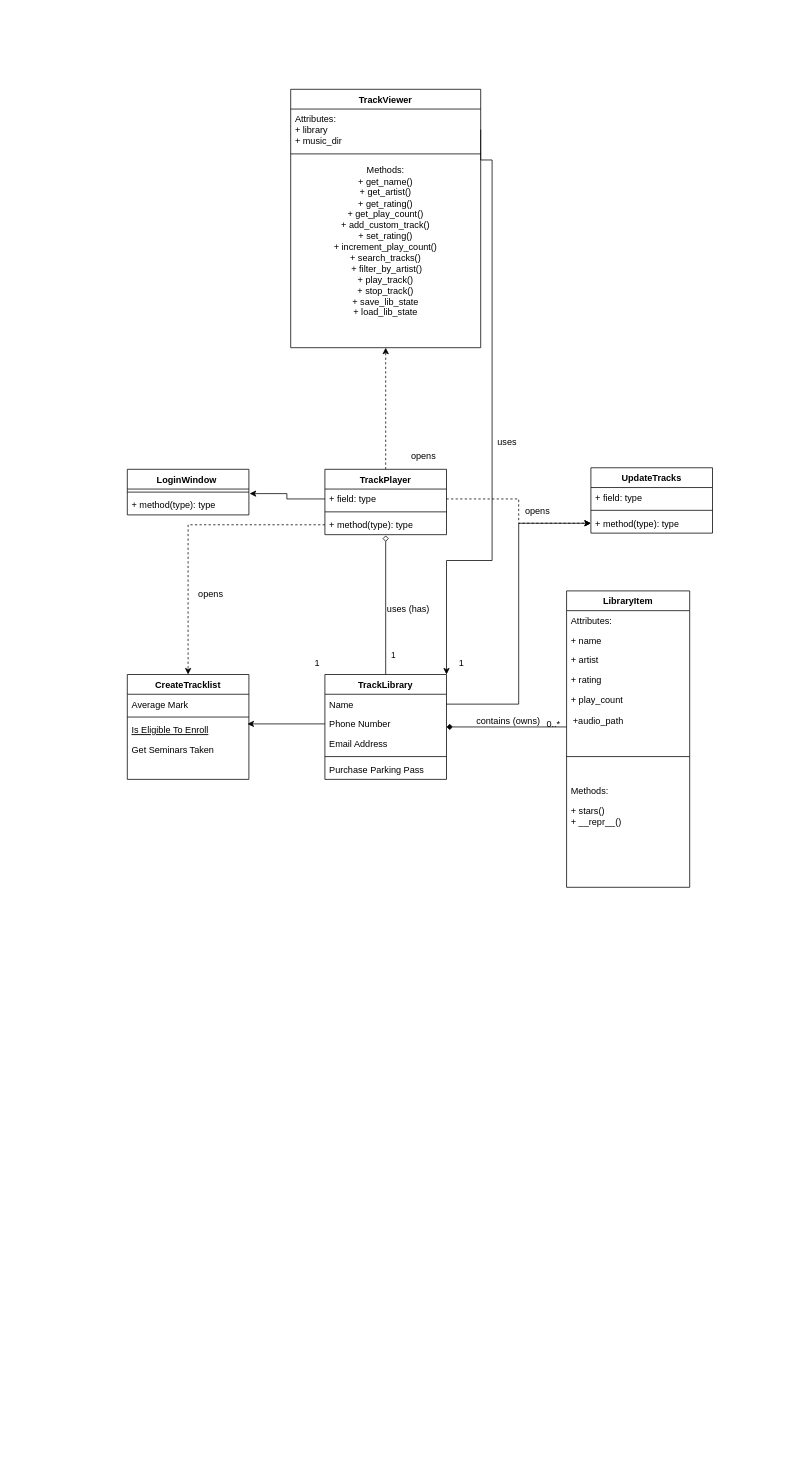
Above: JukeBox/Class-Diag.drawio in peterpool-dasherz/oop-new (draw.io), before the change. Source tidied: cells renumbered, new cells numbered last; positions are measured from the earlier drawing's top-left corner, leaving out a move shared by most shapes. Both pictures are drawn from the tidied source at 76%, with x=0, y=0 at pixel (127, 89).
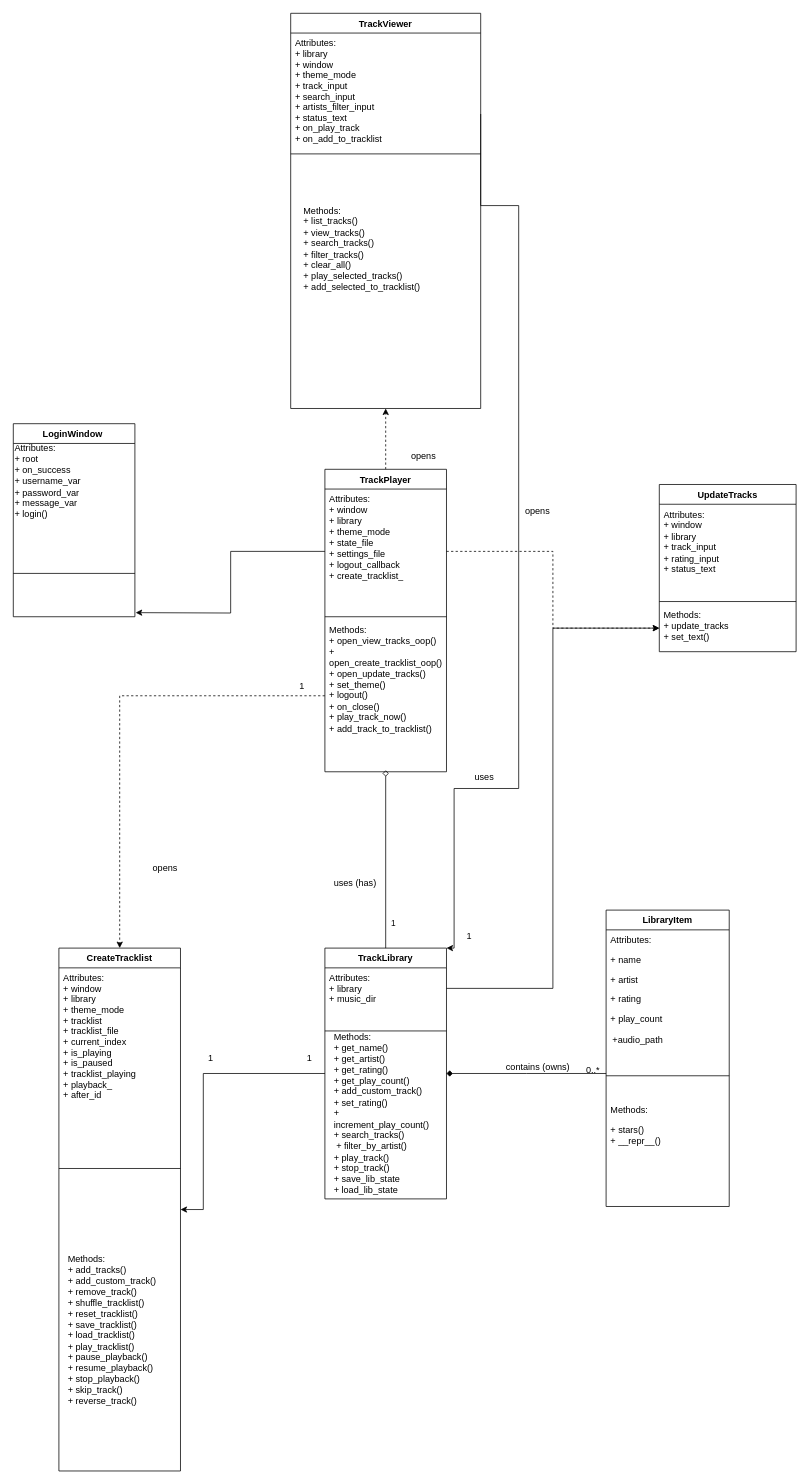
The same diagram, later.

The edit, as a diff of the source:
```diff
@@
+    <mxCell id="57" style="edgeStyle=orthogonalEdgeStyle;rounded=0;jettySize=auto;html=1;exitX=0;exitY=0.5;exitDx=0;exitDy=0;entryX=1;entryY=0.5;entryDx=0;entryDy=0;" parent="1" edge="1" source="2" target="8">
+      <mxGeometry relative="1" as="geometry">
+        <Array as="points">
+          <mxPoint x="100" y="1295" />
+        </Array>
+      </mxGeometry>
+    </mxCell>
     <mxCell id="2" value="TrackLibrary" style="swimlane;fontStyle=1;align=center;verticalAlign=top;horizontal=1;startSize=26;rounded=0;shadow=0;strokeWidth=1;" parent="1" vertex="1">
-      <mxGeometry x="260" y="770" width="160" height="138" as="geometry" />
+      <mxGeometry x="260" y="1130" width="160" height="330" as="geometry" />
     </mxCell>
-    <mxCell id="3" value="Name" style="text;align=left;verticalAlign=top;spacingLeft=4;spacingRight=4;overflow=hidden;points=[[0,0.5],[1,0.5]];portConstraint=eastwest;" parent="2" vertex="1">
-      <mxGeometry y="26" width="160" height="26" as="geometry" />
+    <mxCell id="3" value="Attributes:&#10;+ library&#10;+ music_dir" style="text;align=left;verticalAlign=top;spacingLeft=4;spacingRight=4;overflow=hidden;points=[[0,0.5],[1,0.5]];portConstraint=eastwest;" parent="2" vertex="1">
+      <mxGeometry y="26" width="160" height="54" as="geometry" />
     </mxCell>
-    <mxCell id="4" value="Phone Number" style="text;align=left;verticalAlign=top;spacingLeft=4;spacingRight=4;overflow=hidden;points=[[0,0.5],[1,0.5]];portConstraint=eastwest;rounded=0;shadow=0;html=0;" parent="2" vertex="1">
-      <mxGeometry y="52" width="160" height="26" as="geometry" />
-    </mxCell>
-    <mxCell id="5" value="Email Address" style="text;align=left;verticalAlign=top;spacingLeft=4;spacingRight=4;overflow=hidden;rounded=0;shadow=0;html=0;" parent="2" vertex="1">
-      <mxGeometry y="78" width="160" height="26" as="geometry" />
-    </mxCell>
     <mxCell id="6" style="line;html=1;strokeWidth=1;align=left;verticalAlign=middle;spacingTop=-1;spacingLeft=3;spacingRight=3;labelPosition=right;" parent="2" vertex="1">
-      <mxGeometry y="104" width="160" height="8" as="geometry" />
+      <mxGeometry y="80" width="160" height="58" as="geometry" />
     </mxCell>
-    <mxCell id="7" value="Purchase Parking Pass" style="text;align=left;verticalAlign=top;spacingLeft=4;spacingRight=4;overflow=hidden;" parent="2" vertex="1">
-      <mxGeometry y="112" width="160" height="26" as="geometry" />
-    </mxCell>
     <mxCell id="8" value="CreateTracklist" style="swimlane;fontStyle=1;align=center;verticalAlign=top;horizontal=1;startSize=26;rounded=0;shadow=0;strokeWidth=1;" parent="1" vertex="1">
-      <mxGeometry y="770" width="160" height="138" as="geometry" />
+      <mxGeometry x="-90" y="1130" width="160" height="688" as="geometry" />
     </mxCell>
-    <mxCell id="9" value="Average Mark" style="text;align=left;verticalAlign=top;spacingLeft=4;spacingRight=4;overflow=hidden;rounded=0;shadow=0;html=0;" parent="8" vertex="1">
-      <mxGeometry y="26" width="160" height="26" as="geometry" />
+    <mxCell id="9" value="Attributes:&#10;+ window &#10;+ library&#10;+ theme_mode&#10;+ tracklist&#10;+ tracklist_file&#10;+ current_index&#10;+ is_playing&#10;+ is_paused&#10;+ tracklist_playing&#10;+ playback_&#10;+ after_id&#10;" style="text;align=left;verticalAlign=top;spacingLeft=4;spacingRight=4;overflow=hidden;rounded=0;shadow=0;html=0;" parent="8" vertex="1">
+      <mxGeometry y="26" width="160" height="224" as="geometry" />
     </mxCell>
     <mxCell id="10" style="line;html=1;strokeWidth=1;align=left;verticalAlign=middle;spacingTop=-1;spacingLeft=3;spacingRight=3;labelPosition=right;" parent="8" vertex="1">
-      <mxGeometry y="52" width="160" height="8" as="geometry" />
+      <mxGeometry y="250" width="160" height="80" as="geometry" />
     </mxCell>
-    <mxCell id="11" value="Is Eligible To Enroll" style="text;align=left;verticalAlign=top;spacingLeft=4;spacingRight=4;overflow=hidden;points=[[0,0.5],[1,0.5]];portConstraint=eastwest;fontStyle=4;" parent="8" vertex="1">
-      <mxGeometry y="60" width="160" height="26" as="geometry" />
-    </mxCell>
-    <mxCell id="12" value="Get Seminars Taken" style="text;align=left;verticalAlign=top;spacingLeft=4;spacingRight=4;overflow=hidden;" parent="8" vertex="1">
-      <mxGeometry y="86" width="160" height="26" as="geometry" />
-    </mxCell>
     <mxCell id="13" value="TrackViewer" style="swimlane;fontStyle=1;align=center;verticalAlign=top;horizontal=1;startSize=26;rounded=0;shadow=0;strokeWidth=1;" parent="1" vertex="1">
-      <mxGeometry x="215" width="250" height="340" as="geometry" />
+      <mxGeometry x="215" y="-100" width="250" height="520" as="geometry" />
     </mxCell>
-    <mxCell id="14" value="Attributes:&#10;+ library&#10;+ music_dir" style="text;align=left;verticalAlign=top;spacingLeft=4;spacingRight=4;overflow=hidden;points=[[0,0.5],[1,0.5]];portConstraint=eastwest;" parent="13" vertex="1">
-      <mxGeometry y="26" width="250" height="54" as="geometry" />
+    <mxCell id="14" value="Attributes:&#10;+ library&#10;+ window&#10;+ theme_mode&#10;+ track_input&#10;+ search_input&#10;+ artists_filter_input&#10;+ status_text&#10;+ on_play_track&#10;+ on_add_to_tracklist" style="text;align=left;verticalAlign=top;spacingLeft=4;spacingRight=4;overflow=hidden;points=[[0,0.5],[1,0.5]];portConstraint=eastwest;" parent="13" vertex="1">
+      <mxGeometry y="26" width="250" height="154" as="geometry" />
     </mxCell>
     <mxCell id="15" style="line;html=1;strokeWidth=1;align=left;verticalAlign=middle;spacingTop=-1;spacingLeft=3;spacingRight=3;labelPosition=right;" parent="13" vertex="1">
-      <mxGeometry y="80" width="250" height="10" as="geometry" />
+      <mxGeometry y="180" width="250" height="10" as="geometry" />
     </mxCell>
-    <mxCell id="16" value="Methods:&lt;div&gt;+ get_name()&lt;/div&gt;&lt;div&gt;+ get_artist()&lt;/div&gt;&lt;div&gt;+ get_rating()&lt;/div&gt;&lt;div&gt;+ get_play_count()&lt;/div&gt;&lt;div&gt;+ add_custom_track()&lt;/div&gt;&lt;div&gt;+ set_rating()&lt;/div&gt;&lt;div&gt;+ increment_play_count()&lt;/div&gt;&lt;div&gt;+ search_tracks()&lt;/div&gt;&lt;div&gt;&amp;nbsp;+ filter_by_artist()&lt;/div&gt;&lt;div&gt;+ play_track()&lt;/div&gt;&lt;div&gt;+ stop_track()&lt;/div&gt;&lt;div&gt;+ save_lib_state&lt;/div&gt;&lt;div&gt;+ load_lib_state&lt;/div&gt;&lt;div&gt;&lt;br&gt;&lt;/div&gt;&lt;div&gt;&lt;br&gt;&lt;/div&gt;" style="text;html=1;whiteSpace=wrap;strokeColor=none;fillColor=none;align=center;verticalAlign=middle;rounded=0;" parent="13" vertex="1">
-      <mxGeometry y="90" width="250" height="250" as="geometry" />
-    </mxCell>
     <mxCell id="17" value="LibraryItem" style="swimlane;fontStyle=1;align=center;verticalAlign=top;horizontal=1;startSize=26;rounded=0;shadow=0;strokeWidth=1;" parent="1" vertex="1">
-      <mxGeometry x="578" y="660" width="162" height="390" as="geometry" />
+      <mxGeometry x="630" y="1080" width="162" height="390" as="geometry" />
     </mxCell>
@@
     <mxCell id="31" style="edgeStyle=orthogonalEdgeStyle;rounded=0;jettySize=auto;html=1;exitX=0.5;exitY=0;exitDx=0;exitDy=0;entryX=0.5;entryY=1;entryDx=0;entryDy=0;dashed=1;" parent="1" edge="1" source="32" target="13">
-      <mxGeometry relative="1" as="geometry">
-        <Array as="points">
-          <mxPoint x="340" y="360" />
-          <mxPoint x="340" y="360" />
-        </Array>
-      </mxGeometry>
+      <mxGeometry relative="1" as="geometry" />
     </mxCell>
     <mxCell id="32" value="TrackPlayer" style="swimlane;fontStyle=1;align=center;verticalAlign=top;horizontal=1;startSize=26;whiteSpace=wrap;html=1;" parent="1" vertex="1">
-      <mxGeometry x="260" y="500" width="160" height="86" as="geometry" />
+      <mxGeometry x="260" y="500" width="160" height="398" as="geometry" />
     </mxCell>
-    <mxCell id="33" value="+ field: type" style="text;strokeColor=none;fillColor=none;align=left;verticalAlign=top;spacingLeft=4;spacingRight=4;overflow=hidden;points=[[0,0.5],[1,0.5]];portConstraint=eastwest;whiteSpace=wrap;html=1;" parent="32" vertex="1">
-      <mxGeometry y="26" width="160" height="26" as="geometry" />
+    <mxCell id="33" value="Attributes:&lt;div&gt;+ window&lt;/div&gt;&lt;div&gt;+ library&lt;/div&gt;&lt;div&gt;+ theme_mode&lt;/div&gt;&lt;div&gt;+ state_file&lt;/div&gt;&lt;div&gt;+ settings_file&lt;/div&gt;&lt;div&gt;+ logout_callback&lt;/div&gt;&lt;div&gt;+ create_tracklist_&lt;br&gt;&lt;div&gt;&lt;br&gt;&lt;/div&gt;&lt;/div&gt;" style="text;strokeColor=none;fillColor=none;align=left;verticalAlign=top;spacingLeft=4;spacingRight=4;overflow=hidden;points=[[0,0.5],[1,0.5]];portConstraint=eastwest;whiteSpace=wrap;html=1;" parent="32" vertex="1">
+      <mxGeometry y="26" width="160" height="164" as="geometry" />
     </mxCell>
     <mxCell id="34" style="line;strokeWidth=1;fillColor=none;align=left;verticalAlign=middle;spacingTop=-1;spacingLeft=3;spacingRight=3;labelPosition=right;strokeColor=inherit;" parent="32" vertex="1">
-      <mxGeometry y="52" width="160" height="8" as="geometry" />
+      <mxGeometry y="190" width="160" height="8" as="geometry" />
     </mxCell>
-    <mxCell id="35" value="+ method(type): type" style="text;strokeColor=none;fillColor=none;align=left;verticalAlign=top;spacingLeft=4;spacingRight=4;overflow=hidden;points=[[0,0.5],[1,0.5]];portConstraint=eastwest;whiteSpace=wrap;html=1;" parent="32" vertex="1">
-      <mxGeometry y="60" width="160" height="26" as="geometry" />
+    <mxCell id="35" value="Methods:&lt;div&gt;+ open_view_tracks_oop()&lt;/div&gt;&lt;div&gt;+ open_create_tracklist_oop()&lt;/div&gt;&lt;div&gt;+ open_update_tracks()&lt;/div&gt;&lt;div&gt;+ set_theme()&lt;/div&gt;&lt;div&gt;+ logout()&lt;/div&gt;&lt;div&gt;+ on_close()&lt;/div&gt;&lt;div&gt;+ play_track_now()&lt;/div&gt;&lt;div&gt;+ add_track_to_tracklist()&lt;/div&gt;" style="text;strokeColor=none;fillColor=none;align=left;verticalAlign=top;spacingLeft=4;spacingRight=4;overflow=hidden;points=[[0,0.5],[1,0.5]];portConstraint=eastwest;whiteSpace=wrap;html=1;" parent="32" vertex="1">
+      <mxGeometry y="198" width="160" height="200" as="geometry" />
     </mxCell>
-    <mxCell id="36" value="1" style="endArrow=none;html=1;rounded=0;exitX=0.5;exitY=1.038;exitDx=0;exitDy=0;exitPerimeter=0;entryX=0.5;entryY=0;entryDx=0;entryDy=0;startArrow=diamond;startFill=0;endFill=0;" parent="1" edge="1" source="35" target="2">
+    <mxCell id="36" value="1" style="endArrow=none;html=1;rounded=0;entryX=0.5;entryY=0;entryDx=0;entryDy=0;startArrow=diamond;startFill=0;endFill=0;exitX=0.5;exitY=0.99;exitDx=0;exitDy=0;exitPerimeter=0;" parent="1" edge="1" source="35" target="2">
       <mxGeometry x="0.73" y="10" relative="1" as="geometry" />
     </mxCell>
     <mxCell id="37" value="uses (has)" style="text;html=1;whiteSpace=wrap;strokeColor=none;fillColor=none;align=center;verticalAlign=middle;rounded=0;" parent="1" vertex="1">
-      <mxGeometry x="340" y="669" width="60" height="30" as="geometry" />
+      <mxGeometry x="270" y="1030" width="60" height="30" as="geometry" />
     </mxCell>
     <mxCell id="38" value="UpdateTracks" style="swimlane;fontStyle=1;align=center;verticalAlign=top;horizontal=1;startSize=26;whiteSpace=wrap;html=1;" parent="1" vertex="1">
-      <mxGeometry x="610" y="498" width="160" height="86" as="geometry" />
+      <mxGeometry x="700" y="520" width="180" height="220" as="geometry" />
     </mxCell>
-    <mxCell id="39" value="+ field: type" style="text;strokeColor=none;fillColor=none;align=left;verticalAlign=top;spacingLeft=4;spacingRight=4;overflow=hidden;whiteSpace=wrap;html=1;" parent="38" vertex="1">
-      <mxGeometry y="26" width="160" height="26" as="geometry" />
+    <mxCell id="39" value="Attributes:&lt;div&gt;+ window&lt;/div&gt;&lt;div&gt;+ library&lt;/div&gt;&lt;div&gt;+ track_input&lt;/div&gt;&lt;div&gt;+ rating_input&lt;/div&gt;&lt;div&gt;+ status_text&lt;/div&gt;" style="text;strokeColor=none;fillColor=none;align=left;verticalAlign=top;spacingLeft=4;spacingRight=4;overflow=hidden;whiteSpace=wrap;html=1;" parent="38" vertex="1">
+      <mxGeometry y="26" width="180" height="124" as="geometry" />
     </mxCell>
     <mxCell id="40" style="line;strokeWidth=1;fillColor=none;align=left;verticalAlign=middle;spacingTop=-1;spacingLeft=3;spacingRight=3;labelPosition=right;strokeColor=inherit;" parent="38" vertex="1">
-      <mxGeometry y="52" width="160" height="8" as="geometry" />
+      <mxGeometry y="150" width="180" height="8" as="geometry" />
     </mxCell>
-    <mxCell id="41" value="+ method(type): type" style="text;strokeColor=none;fillColor=none;align=left;verticalAlign=top;spacingLeft=4;spacingRight=4;overflow=hidden;points=[[0,0.5],[1,0.5]];portConstraint=eastwest;whiteSpace=wrap;html=1;" parent="38" vertex="1">
-      <mxGeometry y="60" width="160" height="26" as="geometry" />
+    <mxCell id="41" value="Methods:&lt;div&gt;+ update_tracks&lt;/div&gt;&lt;div&gt;+ set_text()&lt;/div&gt;" style="text;strokeColor=none;fillColor=none;align=left;verticalAlign=top;spacingLeft=4;spacingRight=4;overflow=hidden;points=[[0,0.5],[1,0.5]];portConstraint=eastwest;whiteSpace=wrap;html=1;" parent="38" vertex="1">
+      <mxGeometry y="158" width="180" height="62" as="geometry" />
     </mxCell>
@@
     <mxCell id="43" value="LoginWindow&amp;nbsp;" style="swimlane;fontStyle=1;align=center;verticalAlign=top;horizontal=1;startSize=26;whiteSpace=wrap;html=1;" parent="1" vertex="1">
-      <mxGeometry y="500" width="160" height="60" as="geometry" />
+      <mxGeometry x="-150" y="440" width="160" height="254" as="geometry" />
     </mxCell>
+    <mxCell id="58" value="Attributes:&lt;div&gt;+ root&lt;/div&gt;&lt;div&gt;+ on_success&lt;/div&gt;&lt;div&gt;+ username_var&lt;/div&gt;&lt;div&gt;+ password_var&lt;/div&gt;&lt;div&gt;+ message_var&lt;/div&gt;&lt;div&gt;+ login()&lt;/div&gt;&lt;div&gt;&lt;br&gt;&lt;/div&gt;" style="text;html=1;whiteSpace=wrap;strokeColor=none;fillColor=none;align=left;verticalAlign=middle;rounded=0;" parent="43" vertex="1">
+      <mxGeometry y="26" width="160" height="114" as="geometry" />
+    </mxCell>
     <mxCell id="44" style="line;strokeWidth=1;fillColor=none;align=left;verticalAlign=middle;spacingTop=-1;spacingLeft=3;spacingRight=3;labelPosition=right;strokeColor=inherit;" parent="43" vertex="1">
-      <mxGeometry y="26" width="160" height="8" as="geometry" />
+      <mxGeometry y="140" width="160" height="114" as="geometry" />
     </mxCell>
-    <mxCell id="45" value="+ method(type): type" style="text;strokeColor=none;fillColor=none;align=left;verticalAlign=top;spacingLeft=4;spacingRight=4;overflow=hidden;points=[[0,0.5],[1,0.5]];portConstraint=eastwest;whiteSpace=wrap;html=1;" parent="43" vertex="1">
-      <mxGeometry y="34" width="160" height="26" as="geometry" />
-    </mxCell>
-    <mxCell id="46" style="edgeStyle=orthogonalEdgeStyle;rounded=0;jettySize=auto;html=1;exitX=0;exitY=0.5;exitDx=0;exitDy=0;entryX=1.006;entryY=-0.077;entryDx=0;entryDy=0;entryPerimeter=0;" parent="1" edge="1" source="33" target="45">
-      <mxGeometry relative="1" as="geometry" />
+    <mxCell id="46" style="edgeStyle=orthogonalEdgeStyle;rounded=0;jettySize=auto;html=1;exitX=0;exitY=0.5;exitDx=0;exitDy=0;entryX=1.006;entryY=-0.077;entryDx=0;entryDy=0;entryPerimeter=0;" parent="1" edge="1" source="33">
+      <mxGeometry relative="1" as="geometry">
+        <mxPoint x="11" y="688.6" as="targetPoint" />
+      </mxGeometry>
     </mxCell>
@@
-    <mxCell id="48" style="edgeStyle=orthogonalEdgeStyle;rounded=0;jettySize=auto;html=1;exitX=0;exitY=0.5;exitDx=0;exitDy=0;entryX=0.988;entryY=0.192;entryDx=0;entryDy=0;entryPerimeter=0;endArrow=classic;endFill=1;" parent="1" edge="1" source="4" target="11">
-      <mxGeometry relative="1" as="geometry" />
-    </mxCell>
     <mxCell id="49" value="1" style="text;html=1;whiteSpace=wrap;strokeColor=none;fillColor=none;align=center;verticalAlign=middle;rounded=0;" parent="1" vertex="1">
-      <mxGeometry x="220" y="740" width="60" height="30" as="geometry" />
+      <mxGeometry x="200" y="770" width="60" height="30" as="geometry" />
     </mxCell>
@@
     <mxCell id="51" value="1" style="text;html=1;whiteSpace=wrap;strokeColor=none;fillColor=none;align=center;verticalAlign=middle;rounded=0;" parent="1" vertex="1">
-      <mxGeometry x="410" y="740" width="60" height="30" as="geometry" />
+      <mxGeometry x="420" y="1100" width="60" height="30" as="geometry" />
     </mxCell>
@@
     <mxCell id="53" value="opens" style="text;html=1;whiteSpace=wrap;strokeColor=none;fillColor=none;align=center;verticalAlign=middle;rounded=0;" parent="1" vertex="1">
-      <mxGeometry x="80" y="650" width="60" height="30" as="geometry" />
+      <mxGeometry x="20" y="1010" width="60" height="30" as="geometry" />
     </mxCell>
@@
-    <mxCell id="55" style="edgeStyle=orthogonalEdgeStyle;rounded=0;jettySize=auto;html=1;exitX=1;exitY=0.5;exitDx=0;exitDy=0;entryX=1;entryY=0;entryDx=0;entryDy=0;" parent="1" edge="1" source="14" target="2">
-      <mxGeometry relative="1" as="geometry">
-        <Array as="points">
-          <mxPoint x="480" y="93" />
-          <mxPoint x="480" y="620" />
-          <mxPoint x="420" y="620" />
-        </Array>
-      </mxGeometry>
-    </mxCell>
     <mxCell id="56" value="uses" style="text;html=1;whiteSpace=wrap;strokeColor=none;fillColor=none;align=center;verticalAlign=middle;rounded=0;" parent="1" vertex="1">
-      <mxGeometry x="470" y="450" width="60" height="30" as="geometry" />
+      <mxGeometry x="440" y="890" width="60" height="30" as="geometry" />
     </mxCell>
+    <mxCell id="59" style="edgeStyle=orthogonalEdgeStyle;rounded=0;jettySize=auto;html=1;exitX=1;exitY=0.25;exitDx=0;exitDy=0;entryX=1;entryY=0;entryDx=0;entryDy=0;" parent="1" edge="1" target="2">
+      <mxGeometry relative="1" as="geometry">
+        <mxPoint x="465" y="32.5" as="sourcePoint" />
+        <Array as="points">
+          <mxPoint x="515" y="153" />
+          <mxPoint x="515" y="920" />
+          <mxPoint x="430" y="920" />
+          <mxPoint x="430" y="1130" />
+        </Array>
+      </mxGeometry>
+    </mxCell>
+    <mxCell id="16" value="Methods:&lt;div&gt;+ get_name()&lt;/div&gt;&lt;div&gt;+ get_artist()&lt;/div&gt;&lt;div&gt;+ get_rating()&lt;/div&gt;&lt;div&gt;+ get_play_count()&lt;/div&gt;&lt;div&gt;+ add_custom_track()&lt;/div&gt;&lt;div&gt;+ set_rating()&lt;/div&gt;&lt;div&gt;+ increment_play_count()&lt;/div&gt;&lt;div&gt;+ search_tracks()&lt;/div&gt;&lt;div&gt;&amp;nbsp;+ filter_by_artist()&lt;/div&gt;&lt;div&gt;+ play_track()&lt;/div&gt;&lt;div&gt;+ stop_track()&lt;/div&gt;&lt;div&gt;+ save_lib_state&lt;/div&gt;&lt;div&gt;+ load_lib_state&lt;/div&gt;&lt;div&gt;&lt;br&gt;&lt;/div&gt;" style="text;html=1;whiteSpace=wrap;strokeColor=none;fillColor=none;align=left;verticalAlign=middle;rounded=0;" parent="1" vertex="1">
+      <mxGeometry x="270" y="1240" width="130" height="230" as="geometry" />
+    </mxCell>
+    <mxCell id="60" value="Methods:&lt;div&gt;+ list_tracks()&lt;/div&gt;&lt;div&gt;+ view_tracks()&lt;/div&gt;&lt;div&gt;+ search_tracks()&lt;/div&gt;&lt;div&gt;+ filter_tracks()&lt;/div&gt;&lt;div&gt;+ clear_all()&lt;/div&gt;&lt;div&gt;+ play_selected_tracks()&lt;/div&gt;&lt;div&gt;+ add_selected_to_tracklist()&lt;/div&gt;" style="text;html=1;whiteSpace=wrap;strokeColor=none;fillColor=none;align=left;verticalAlign=middle;rounded=0;" parent="1" vertex="1">
+      <mxGeometry x="230" y="100" width="220" height="220" as="geometry" />
+    </mxCell>
+    <mxCell id="61" value="1" style="text;html=1;whiteSpace=wrap;strokeColor=none;fillColor=none;align=center;verticalAlign=middle;rounded=0;" parent="1" vertex="1">
+      <mxGeometry x="80" y="1260" width="60" height="30" as="geometry" />
+    </mxCell>
+    <mxCell id="62" value="1" style="text;html=1;whiteSpace=wrap;strokeColor=none;fillColor=none;align=center;verticalAlign=middle;rounded=0;" parent="1" vertex="1">
+      <mxGeometry x="210" y="1260" width="60" height="30" as="geometry" />
+    </mxCell>
+    <mxCell id="63" value="Methods:&lt;div&gt;+ add_tracks()&lt;/div&gt;&lt;div&gt;+ add_custom_track()&lt;/div&gt;&lt;div&gt;+ remove_track()&lt;/div&gt;&lt;div&gt;+ shuffle_tracklist()&lt;/div&gt;&lt;div&gt;+ reset_tracklist()&lt;/div&gt;&lt;div&gt;+ save_tracklist()&lt;/div&gt;&lt;div&gt;+ load_tracklist()&lt;/div&gt;&lt;div&gt;+ play_tracklist()&lt;/div&gt;&lt;div&gt;+ pause_playback()&lt;/div&gt;&lt;div&gt;+ resume_playback()&lt;/div&gt;&lt;div&gt;+ stop_playback()&lt;/div&gt;&lt;div&gt;+ skip_track()&lt;/div&gt;&lt;div&gt;+ reverse_track()&lt;br&gt;&lt;div&gt;&lt;br&gt;&lt;/div&gt;&lt;/div&gt;" style="text;html=1;whiteSpace=wrap;strokeColor=none;fillColor=none;align=left;verticalAlign=middle;rounded=0;" parent="1" vertex="1">
+      <mxGeometry x="-80" y="1480" width="140" height="320" as="geometry" />
+    </mxCell>
```
